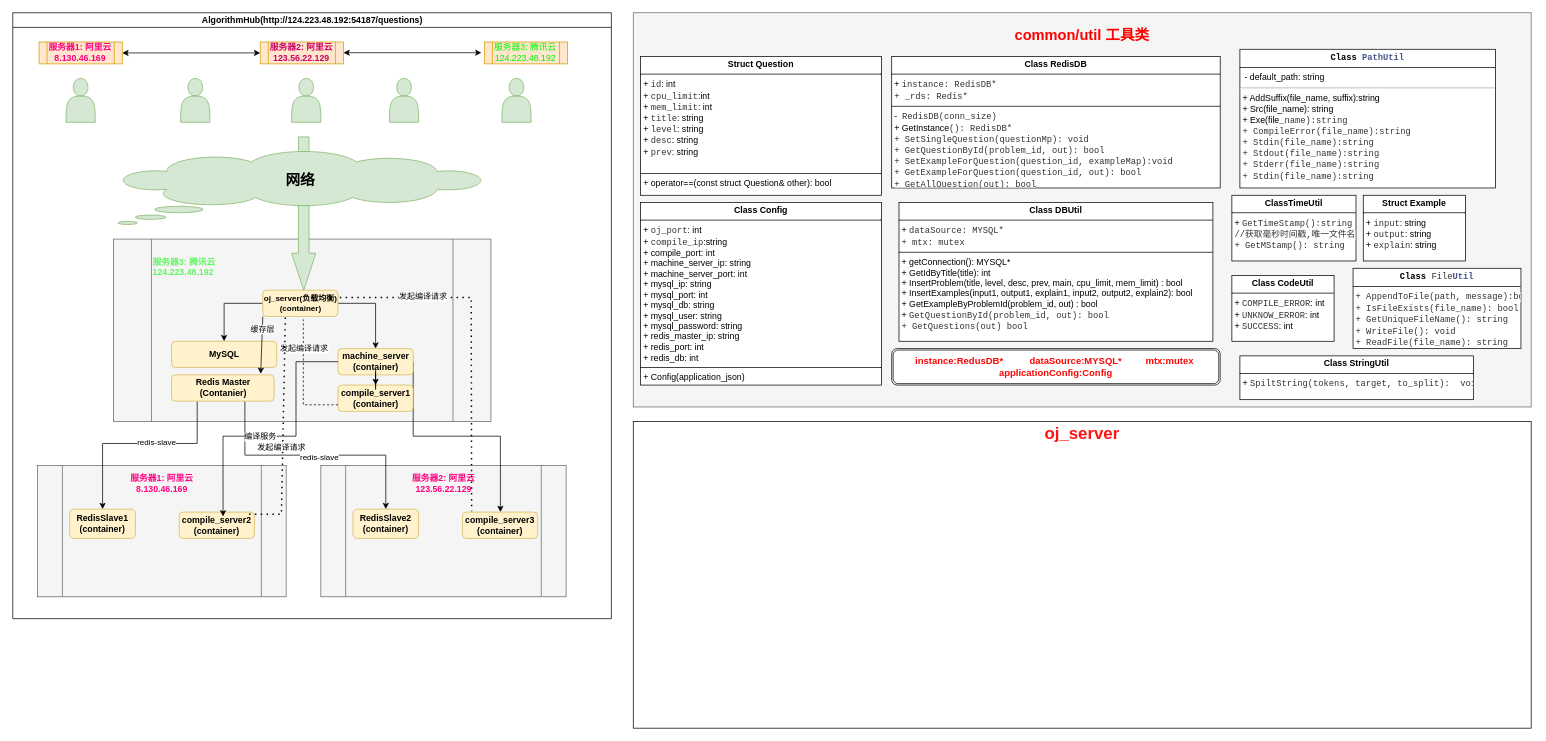
Earlier version of the draw.io diagram 未命名绘图.drawio (chhelloworld/DrawRepository). Source tidied: cells renumbered, new cells numbered last; positions are measured from the earlier drawing's top-left corner, leaving out a move shared by most shapes. Both pictures are drawn from the tidied source at 73%, with x=0, y=0 at pixel (12, 12).
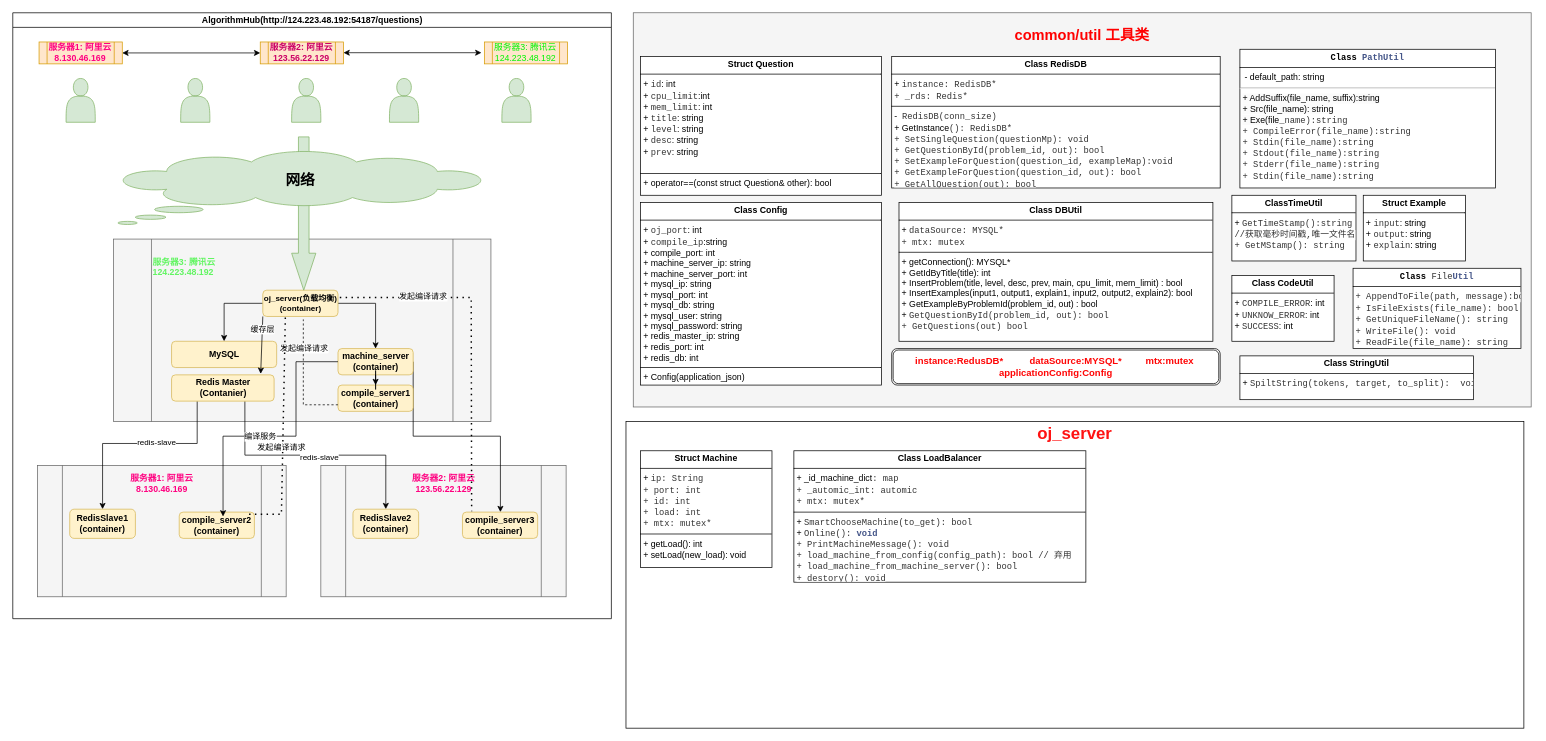
The same diagram, later.

Commit message (it also covers changes not shown here):
更新未命名绘图.drawio

Change to the diagram source:
```diff
@@
     <mxCell id="57" value="&lt;font style=&quot;font-size: 23px;&quot; color=&quot;#ff1212&quot;&gt;&lt;b&gt;oj_server&lt;br&gt;&lt;br&gt;&lt;br&gt;&lt;br&gt;&lt;br&gt;&lt;br&gt;&lt;br&gt;&lt;br&gt;&lt;br&gt;&lt;br&gt;&lt;br&gt;&lt;br&gt;&lt;br&gt;&lt;br&gt;&lt;br&gt;&lt;/b&gt;&lt;/font&gt;" style="rounded=0;whiteSpace=wrap;html=1;" parent="1" vertex="1">
-      <mxGeometry x="850" y="560" width="1230" height="420" as="geometry" />
+      <mxGeometry x="840" y="560" width="1230" height="420" as="geometry" />
     </mxCell>
+    <mxCell id="58" value="&lt;p style=&quot;margin:0px;margin-top:4px;text-align:center;&quot;&gt;&lt;b&gt;Struct Machine&lt;/b&gt;&lt;/p&gt;&lt;hr size=&quot;1&quot; style=&quot;border-style:solid;&quot;&gt;&lt;p style=&quot;margin:0px;margin-left:4px;&quot;&gt;+ &lt;font face=&quot;consolas, Courier, MS Courier New, monospace&quot; color=&quot;#333333&quot;&gt;&lt;span style=&quot;white-space: pre; background-color: rgb(255, 255, 255);&quot;&gt;ip: String&lt;/span&gt;&lt;/font&gt;&lt;/p&gt;&lt;p style=&quot;margin:0px;margin-left:4px;&quot;&gt;&lt;font face=&quot;consolas, Courier, MS Courier New, monospace&quot; color=&quot;#333333&quot;&gt;&lt;span style=&quot;white-space: pre; background-color: rgb(255, 255, 255);&quot;&gt;+ port: int&lt;/span&gt;&lt;/font&gt;&lt;/p&gt;&lt;p style=&quot;margin:0px;margin-left:4px;&quot;&gt;&lt;font face=&quot;consolas, Courier, MS Courier New, monospace&quot; color=&quot;#333333&quot;&gt;&lt;span style=&quot;white-space: pre; background-color: rgb(255, 255, 255);&quot;&gt;+ id: int&lt;/span&gt;&lt;/font&gt;&lt;/p&gt;&lt;p style=&quot;margin:0px;margin-left:4px;&quot;&gt;&lt;font face=&quot;consolas, Courier, MS Courier New, monospace&quot; color=&quot;#333333&quot;&gt;&lt;span style=&quot;white-space: pre; background-color: rgb(255, 255, 255);&quot;&gt;+ load: int&lt;/span&gt;&lt;/font&gt;&lt;/p&gt;&lt;p style=&quot;margin:0px;margin-left:4px;&quot;&gt;&lt;font face=&quot;consolas, Courier, MS Courier New, monospace&quot; color=&quot;#333333&quot;&gt;&lt;span style=&quot;white-space: pre; background-color: rgb(255, 255, 255);&quot;&gt;+ mtx: mutex*&lt;/span&gt;&lt;/font&gt;&lt;/p&gt;&lt;hr size=&quot;1&quot; style=&quot;border-style:solid;&quot;&gt;&lt;p style=&quot;margin:0px;margin-left:4px;&quot;&gt;+ getLoad(): int&lt;/p&gt;&lt;p style=&quot;margin:0px;margin-left:4px;&quot;&gt;+ setLoad(new_load): void&lt;/p&gt;&lt;p style=&quot;margin:0px;margin-left:4px;&quot;&gt;&lt;span style=&quot;background-color: rgb(255, 255, 255); color: rgb(51, 51, 51); font-family: consolas, Courier, &amp;quot;MS Courier New&amp;quot;, monospace; white-space: pre;&quot;&gt;&lt;br&gt;&lt;/span&gt;&lt;/p&gt;&lt;p style=&quot;margin:0px;margin-left:4px;&quot;&gt;&lt;span style=&quot;background-color: rgb(255, 255, 255); color: rgb(51, 51, 51); font-family: consolas, Courier, &amp;quot;MS Courier New&amp;quot;, monospace; white-space: pre;&quot;&gt;&lt;br&gt;&lt;/span&gt;&lt;/p&gt;&lt;p style=&quot;margin:0px;margin-left:4px;&quot;&gt;&lt;br&gt;&lt;/p&gt;" style="verticalAlign=top;align=left;overflow=fill;html=1;whiteSpace=wrap;" parent="1" vertex="1">
+      <mxGeometry x="860" y="600" width="180" height="160" as="geometry" />
+    </mxCell>
+    <mxCell id="59" value="&lt;p style=&quot;margin:0px;margin-top:4px;text-align:center;&quot;&gt;&lt;b&gt;Class LoadBalancer&lt;/b&gt;&lt;/p&gt;&lt;hr size=&quot;1&quot; style=&quot;border-style:solid;&quot;&gt;&lt;p style=&quot;margin:0px;margin-left:4px;&quot;&gt;+ _id_machine_dict&lt;font face=&quot;consolas, Courier, MS Courier New, monospace&quot; color=&quot;#333333&quot;&gt;&lt;span style=&quot;white-space: pre; background-color: rgb(255, 255, 255);&quot;&gt;: map&lt;/span&gt;&lt;/font&gt;&lt;/p&gt;&lt;p style=&quot;margin:0px;margin-left:4px;&quot;&gt;&lt;font face=&quot;consolas, Courier, MS Courier New, monospace&quot; color=&quot;#333333&quot;&gt;&lt;span style=&quot;white-space: pre; background-color: rgb(255, 255, 255);&quot;&gt;+ _automic_int: automic&lt;/span&gt;&lt;/font&gt;&lt;/p&gt;&lt;p style=&quot;margin:0px;margin-left:4px;&quot;&gt;&lt;font face=&quot;consolas, Courier, MS Courier New, monospace&quot; color=&quot;#333333&quot;&gt;&lt;span style=&quot;white-space: pre; background-color: rgb(255, 255, 255);&quot;&gt;+ mtx: mutex&lt;/span&gt;&lt;/font&gt;&lt;span style=&quot;background-color: rgb(255, 255, 255); white-space: pre; color: rgb(51, 51, 51); font-family: consolas, Courier, &amp;quot;MS Courier New&amp;quot;, monospace;&quot;&gt;*&lt;/span&gt;&lt;/p&gt;&lt;hr size=&quot;1&quot; style=&quot;border-style:solid;&quot;&gt;&lt;p style=&quot;margin:0px;margin-left:4px;&quot;&gt;+&amp;nbsp;&lt;span style=&quot;background-color: rgb(255, 255, 255); color: rgb(51, 51, 51); font-family: consolas, Courier, &amp;quot;MS Courier New&amp;quot;, monospace; white-space: pre;&quot;&gt;SmartChooseMachine(&lt;/span&gt;&lt;span style=&quot;background-color: rgb(255, 255, 255); color: rgb(51, 51, 51); font-family: consolas, Courier, &amp;quot;MS Courier New&amp;quot;, monospace; white-space: pre;&quot;&gt;to_get&lt;/span&gt;&lt;span style=&quot;background-color: rgb(255, 255, 255); color: rgb(51, 51, 51); font-family: consolas, Courier, &amp;quot;MS Courier New&amp;quot;, monospace; white-space: pre;&quot;&gt;): bool&lt;/span&gt;&lt;/p&gt;&lt;p style=&quot;margin:0px;margin-left:4px;&quot;&gt;+&amp;nbsp;&lt;span style=&quot;box-sizing: inherit; color: rgb(51, 51, 51); font-family: consolas, Courier, &amp;quot;MS Courier New&amp;quot;, monospace; white-space: pre; background-color: rgb(255, 255, 255);&quot; class=&quot;n&quot;&gt;Online&lt;/span&gt;&lt;span style=&quot;box-sizing: inherit; color: rgb(51, 51, 51); font-family: consolas, Courier, &amp;quot;MS Courier New&amp;quot;, monospace; white-space: pre; background-color: rgb(255, 255, 255);&quot; class=&quot;p&quot;&gt;(): &lt;/span&gt;&lt;span style=&quot;box-sizing: inherit; color: rgb(68, 85, 136); font-weight: bold; font-family: consolas, Courier, &amp;quot;MS Courier New&amp;quot;, monospace; white-space: pre; background-color: rgb(255, 255, 255);&quot; class=&quot;kt&quot;&gt;void&lt;/span&gt;&lt;span style=&quot;color: rgb(51, 51, 51); font-family: consolas, Courier, &amp;quot;MS Courier New&amp;quot;, monospace; white-space: pre; background-color: rgb(255, 255, 255);&quot;&gt; &lt;/span&gt;&lt;/p&gt;&lt;p style=&quot;margin:0px;margin-left:4px;&quot;&gt;&lt;span style=&quot;color: rgb(51, 51, 51); font-family: consolas, Courier, &amp;quot;MS Courier New&amp;quot;, monospace; white-space: pre; background-color: rgb(255, 255, 255);&quot;&gt;+ &lt;/span&gt;&lt;span style=&quot;box-sizing: inherit; color: rgb(51, 51, 51); font-family: consolas, Courier, &amp;quot;MS Courier New&amp;quot;, monospace; white-space: pre; background-color: rgb(255, 255, 255);&quot; class=&quot;n&quot;&gt;PrintMachineMessage&lt;/span&gt;&lt;span style=&quot;box-sizing: inherit; color: rgb(51, 51, 51); font-family: consolas, Courier, &amp;quot;MS Courier New&amp;quot;, monospace; white-space: pre; background-color: rgb(255, 255, 255);&quot; class=&quot;p&quot;&gt;(): void&lt;/span&gt;&lt;/p&gt;&lt;p style=&quot;margin:0px;margin-left:4px;&quot;&gt;&lt;span style=&quot;box-sizing: inherit; color: rgb(51, 51, 51); font-family: consolas, Courier, &amp;quot;MS Courier New&amp;quot;, monospace; white-space: pre; background-color: rgb(255, 255, 255);&quot; class=&quot;p&quot;&gt;+ &lt;/span&gt;&lt;span style=&quot;background-color: rgb(255, 255, 255); color: rgb(51, 51, 51); font-family: consolas, Courier, &amp;quot;MS Courier New&amp;quot;, monospace; white-space: pre;&quot;&gt;load_machine_from_config(config_path): bool // 弃用&lt;/span&gt;&lt;/p&gt;&lt;p style=&quot;margin:0px;margin-left:4px;&quot;&gt;&lt;span style=&quot;background-color: rgb(255, 255, 255); color: rgb(51, 51, 51); font-family: consolas, Courier, &amp;quot;MS Courier New&amp;quot;, monospace; white-space: pre;&quot;&gt;+ &lt;/span&gt;&lt;span style=&quot;box-sizing: inherit; color: rgb(51, 51, 51); font-family: consolas, Courier, &amp;quot;MS Courier New&amp;quot;, monospace; white-space: pre; background-color: rgb(255, 255, 255);&quot; class=&quot;n&quot;&gt;load_machine_from_machine_server&lt;/span&gt;&lt;span style=&quot;box-sizing: inherit; color: rgb(51, 51, 51); font-family: consolas, Courier, &amp;quot;MS Courier New&amp;quot;, monospace; white-space: pre; background-color: rgb(255, 255, 255);&quot; class=&quot;p&quot;&gt;(): bool&lt;/span&gt;&lt;/p&gt;&lt;p style=&quot;margin:0px;margin-left:4px;&quot;&gt;&lt;span style=&quot;box-sizing: inherit; color: rgb(51, 51, 51); font-family: consolas, Courier, &amp;quot;MS Courier New&amp;quot;, monospace; white-space: pre; background-color: rgb(255, 255, 255);&quot; class=&quot;p&quot;&gt;+ destory(): void&lt;/span&gt;&lt;/p&gt;" style="verticalAlign=top;align=left;overflow=fill;html=1;whiteSpace=wrap;" parent="1" vertex="1">
+      <mxGeometry x="1070" y="600" width="400" height="180" as="geometry" />
+    </mxCell>
```
